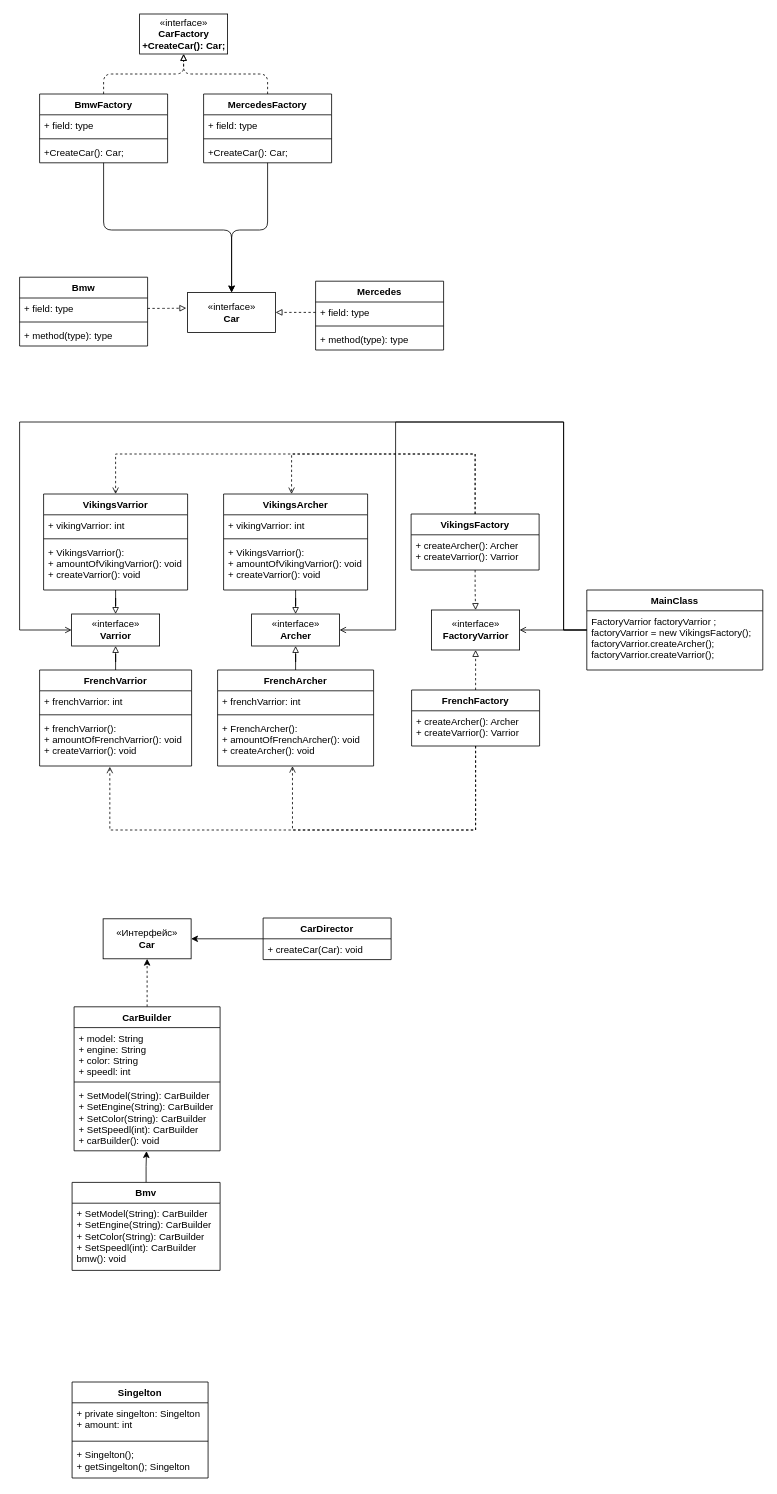
Earlier version of the draw.io diagram Untitled Diagram.drawio (antonshikalyov/Diagram-patterns-). Source tidied: cells renumbered, new cells numbered last; positions are measured from the earlier drawing's top-left corner, leaving out a move shared by most shapes. Both pictures are drawn from the tidied source at 80%, with x=0, y=0 at pixel (19, 14).
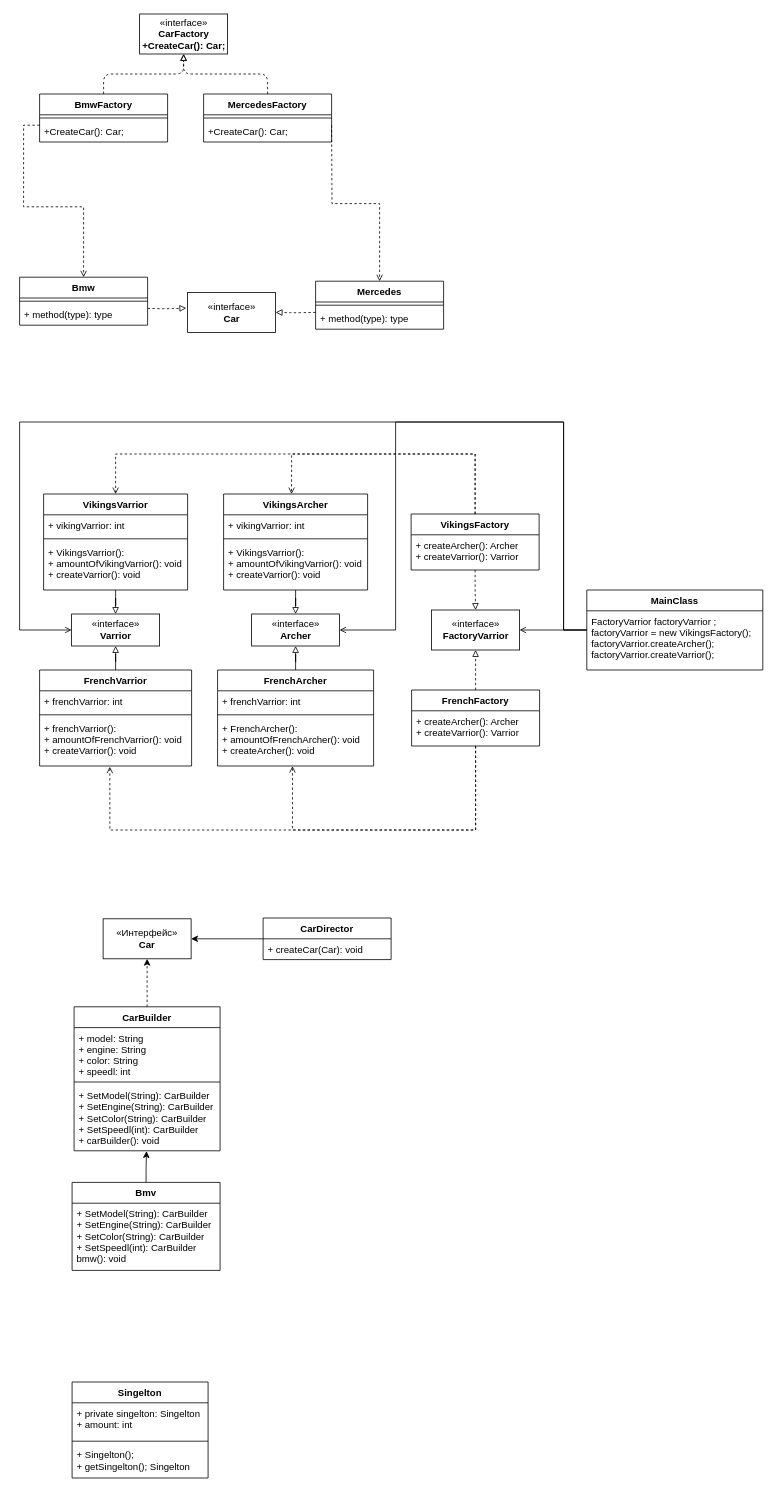
The same page after the edit.

Unchanged cells that the change refers to:
```xml
<mxCell id="2" style="group;" parent="1" vertex="1">
  <mxGeometry width="530" height="420" as="geometry" />
</mxCell>
<mxCell id="22" value="«interface»&lt;br&gt;&lt;b&gt;Car&lt;/b&gt;" style="html=1;" parent="2" vertex="1">
  <mxGeometry x="210" y="348" width="110" height="50" as="geometry" />
</mxCell>
```

The edit, as a diff of the source:
```diff
@@
     <mxCell id="5" value="BmwFactory" style="swimlane;fontStyle=1;align=center;verticalAlign=top;horizontal=1;startSize=26;" parent="2" vertex="1">
-      <mxGeometry x="25" y="100" width="160" height="86" as="geometry" />
+      <mxGeometry x="25" y="100" width="160" height="60" as="geometry" />
     </mxCell>
-    <mxCell id="6" value="+ field: type" style="text;strokeColor=none;fillColor=none;align=left;verticalAlign=top;spacingLeft=4;spacingRight=4;overflow=hidden;" parent="5" vertex="1">
-      <mxGeometry y="26" width="160" height="26" as="geometry" />
-    </mxCell>
     <mxCell id="7" style="line;strokeWidth=1;fillColor=none;align=left;verticalAlign=middle;spacingTop=-1;spacingLeft=3;spacingRight=3;labelPosition=right;" parent="5" vertex="1">
-      <mxGeometry y="52" width="160" height="8" as="geometry" />
+      <mxGeometry y="26" width="160" height="8" as="geometry" />
     </mxCell>
     <mxCell id="8" value="+CreateCar(): Car;" style="text;strokeColor=none;fillColor=none;align=left;verticalAlign=top;spacingLeft=4;spacingRight=4;overflow=hidden;" parent="5" vertex="1">
-      <mxGeometry y="60" width="160" height="26" as="geometry" />
+      <mxGeometry y="34" width="160" height="26" as="geometry" />
     </mxCell>
@@
     <mxCell id="10" value="MercedesFactory" style="swimlane;fontStyle=1;align=center;verticalAlign=top;horizontal=1;startSize=26;" parent="2" vertex="1">
-      <mxGeometry x="230" y="100" width="160" height="86" as="geometry" />
+      <mxGeometry x="230" y="100" width="160" height="60" as="geometry" />
     </mxCell>
-    <mxCell id="11" value="+ field: type" style="text;strokeColor=none;fillColor=none;align=left;verticalAlign=top;spacingLeft=4;spacingRight=4;overflow=hidden;" parent="10" vertex="1">
-      <mxGeometry y="26" width="160" height="26" as="geometry" />
-    </mxCell>
     <mxCell id="12" style="line;strokeWidth=1;fillColor=none;align=left;verticalAlign=middle;spacingTop=-1;spacingLeft=3;spacingRight=3;labelPosition=right;" parent="10" vertex="1">
-      <mxGeometry y="52" width="160" height="8" as="geometry" />
+      <mxGeometry y="26" width="160" height="8" as="geometry" />
     </mxCell>
     <mxCell id="13" value="+CreateCar(): Car;" style="text;strokeColor=none;fillColor=none;align=left;verticalAlign=top;spacingLeft=4;spacingRight=4;overflow=hidden;" parent="10" vertex="1">
-      <mxGeometry y="60" width="160" height="26" as="geometry" />
+      <mxGeometry y="34" width="160" height="26" as="geometry" />
     </mxCell>
     <mxCell id="14" value="Bmw" style="swimlane;fontStyle=1;align=center;verticalAlign=top;horizontal=1;startSize=26;" parent="2" vertex="1">
-      <mxGeometry y="329" width="160" height="86" as="geometry" />
+      <mxGeometry y="329" width="160" height="60" as="geometry" />
     </mxCell>
-    <mxCell id="15" value="+ field: type" style="text;strokeColor=none;fillColor=none;align=left;verticalAlign=top;spacingLeft=4;spacingRight=4;overflow=hidden;points=[[0,0.5],[1,0.5]];portConstraint=eastwest;" parent="14" vertex="1">
-      <mxGeometry y="26" width="160" height="26" as="geometry" />
-    </mxCell>
     <mxCell id="16" style="line;strokeWidth=1;fillColor=none;align=left;verticalAlign=middle;spacingTop=-1;spacingLeft=3;spacingRight=3;labelPosition=right;" parent="14" vertex="1">
-      <mxGeometry y="52" width="160" height="8" as="geometry" />
+      <mxGeometry y="26" width="160" height="8" as="geometry" />
     </mxCell>
     <mxCell id="17" value="+ method(type): type" style="text;strokeColor=none;fillColor=none;align=left;verticalAlign=top;spacingLeft=4;spacingRight=4;overflow=hidden;" parent="14" vertex="1">
-      <mxGeometry y="60" width="160" height="26" as="geometry" />
+      <mxGeometry y="34" width="160" height="26" as="geometry" />
     </mxCell>
     <mxCell id="18" value="Mercedes" style="swimlane;fontStyle=1;align=center;verticalAlign=top;horizontal=1;startSize=26;" parent="2" vertex="1">
-      <mxGeometry x="370" y="334" width="160" height="86" as="geometry" />
+      <mxGeometry x="370" y="334" width="160" height="60" as="geometry" />
     </mxCell>
-    <mxCell id="19" value="+ field: type" style="text;strokeColor=none;fillColor=none;align=left;verticalAlign=top;spacingLeft=4;spacingRight=4;overflow=hidden;points=[[0,0.5],[1,0.5]];portConstraint=eastwest;" parent="18" vertex="1">
-      <mxGeometry y="26" width="160" height="26" as="geometry" />
-    </mxCell>
     <mxCell id="20" style="line;strokeWidth=1;fillColor=none;align=left;verticalAlign=middle;spacingTop=-1;spacingLeft=3;spacingRight=3;labelPosition=right;" parent="18" vertex="1">
-      <mxGeometry y="52" width="160" height="8" as="geometry" />
+      <mxGeometry y="26" width="160" height="8" as="geometry" />
     </mxCell>
     <mxCell id="21" value="+ method(type): type" style="text;strokeColor=none;fillColor=none;align=left;verticalAlign=top;spacingLeft=4;spacingRight=4;overflow=hidden;" parent="18" vertex="1">
-      <mxGeometry y="60" width="160" height="26" as="geometry" />
+      <mxGeometry y="34" width="160" height="26" as="geometry" />
     </mxCell>
@@
-    <mxCell id="23" style="edgeStyle=orthogonalEdgeStyle;rounded=1;jettySize=auto;html=1;endArrow=classic;endFill=1;" parent="2" edge="1" source="5" target="22">
-      <mxGeometry relative="1" as="geometry">
-        <Array as="points">
-          <mxPoint x="105" y="270" />
-          <mxPoint x="265" y="270" />
-        </Array>
-      </mxGeometry>
-    </mxCell>
-    <mxCell id="24" style="edgeStyle=orthogonalEdgeStyle;rounded=1;jettySize=auto;html=1;entryX=-0.015;entryY=0.393;entryDx=0;entryDy=0;entryPerimeter=0;dashed=1;endArrow=block;endFill=0;" parent="2" edge="1" source="15" target="22">
-      <mxGeometry relative="1" as="geometry" />
+    <mxCell id="24" style="edgeStyle=orthogonalEdgeStyle;rounded=1;jettySize=auto;html=1;entryX=-0.015;entryY=0.393;entryDx=0;entryDy=0;entryPerimeter=0;dashed=1;endArrow=block;endFill=0;" parent="2" edge="1" target="22">
+      <mxGeometry relative="1" as="geometry">
+        <mxPoint x="160" y="368" as="sourcePoint" />
+      </mxGeometry>
     </mxCell>
-    <mxCell id="25" style="edgeStyle=orthogonalEdgeStyle;rounded=1;jettySize=auto;html=1;entryX=0.5;entryY=0;entryDx=0;entryDy=0;endArrow=classic;endFill=1;" parent="2" edge="1" source="10" target="22">
-      <mxGeometry relative="1" as="geometry">
-        <Array as="points">
-          <mxPoint x="310" y="270" />
-          <mxPoint x="265" y="270" />
-        </Array>
-      </mxGeometry>
-    </mxCell>
-    <mxCell id="26" style="edgeStyle=orthogonalEdgeStyle;rounded=1;jettySize=auto;html=1;entryX=1;entryY=0.5;entryDx=0;entryDy=0;dashed=1;endArrow=block;endFill=0;" parent="2" edge="1" source="19" target="22">
-      <mxGeometry relative="1" as="geometry" />
+    <mxCell id="26" style="edgeStyle=orthogonalEdgeStyle;rounded=1;jettySize=auto;html=1;entryX=1;entryY=0.5;entryDx=0;entryDy=0;dashed=1;endArrow=block;endFill=0;" parent="2" edge="1" target="22">
+      <mxGeometry relative="1" as="geometry">
+        <mxPoint x="370" y="373" as="sourcePoint" />
+      </mxGeometry>
     </mxCell>
+    <mxCell id="83" style="edgeStyle=orthogonalEdgeStyle;rounded=0;jettySize=auto;html=1;dashed=1;endArrow=open;endFill=0;" parent="2" edge="1" target="18">
+      <mxGeometry relative="1" as="geometry">
+        <mxPoint x="390" y="139" as="sourcePoint" />
+      </mxGeometry>
+    </mxCell>
+    <mxCell id="84" style="edgeStyle=orthogonalEdgeStyle;rounded=0;jettySize=auto;html=1;dashed=1;endArrow=open;endFill=0;" parent="2" edge="1" target="14">
+      <mxGeometry relative="1" as="geometry">
+        <mxPoint x="25" y="139" as="sourcePoint" />
+        <Array as="points">
+          <mxPoint x="5" y="139" />
+          <mxPoint x="5" y="241" />
+          <mxPoint x="80" y="241" />
+        </Array>
+      </mxGeometry>
+    </mxCell>
```
